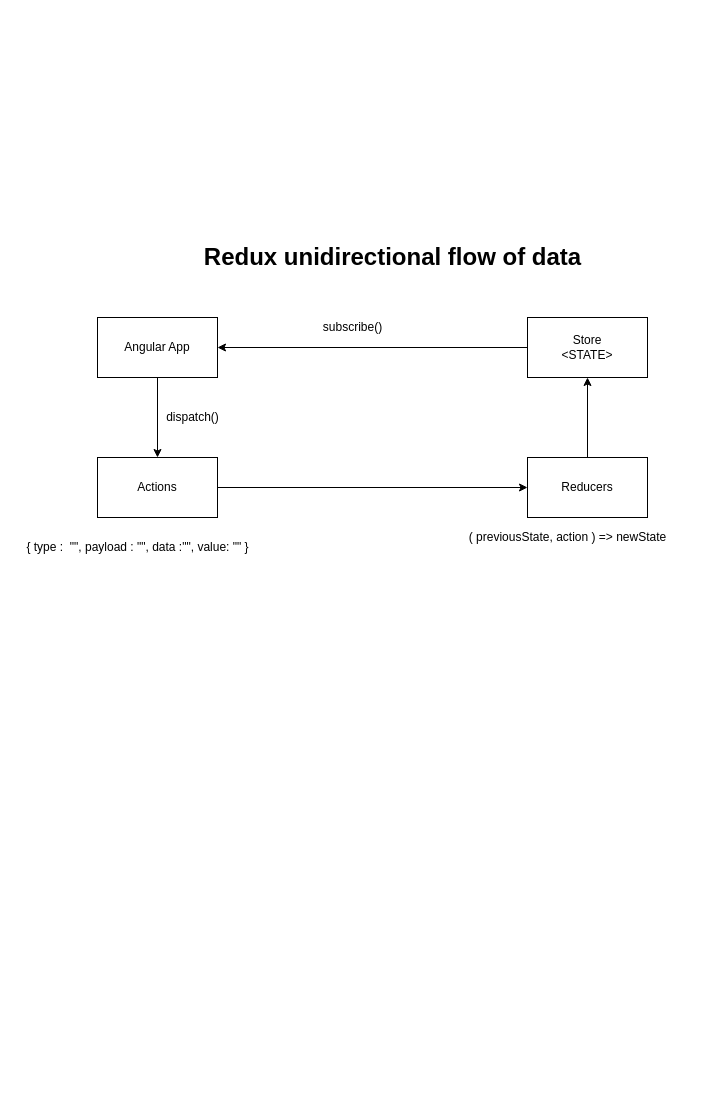
Earlier version of the draw.io diagram page "Page-16" (16 of 17) of reference/ng_diagrams.drawio (synergy2411/in-solutions-global_mar_b1). Source tidied: cells renumbered, new cells numbered last; positions are measured from the earlier drawing's top-left corner, leaving out a move shared by most shapes. Both pictures are drawn from the tidied source at 100%, with x=0, y=0 at pixel (17, 237).
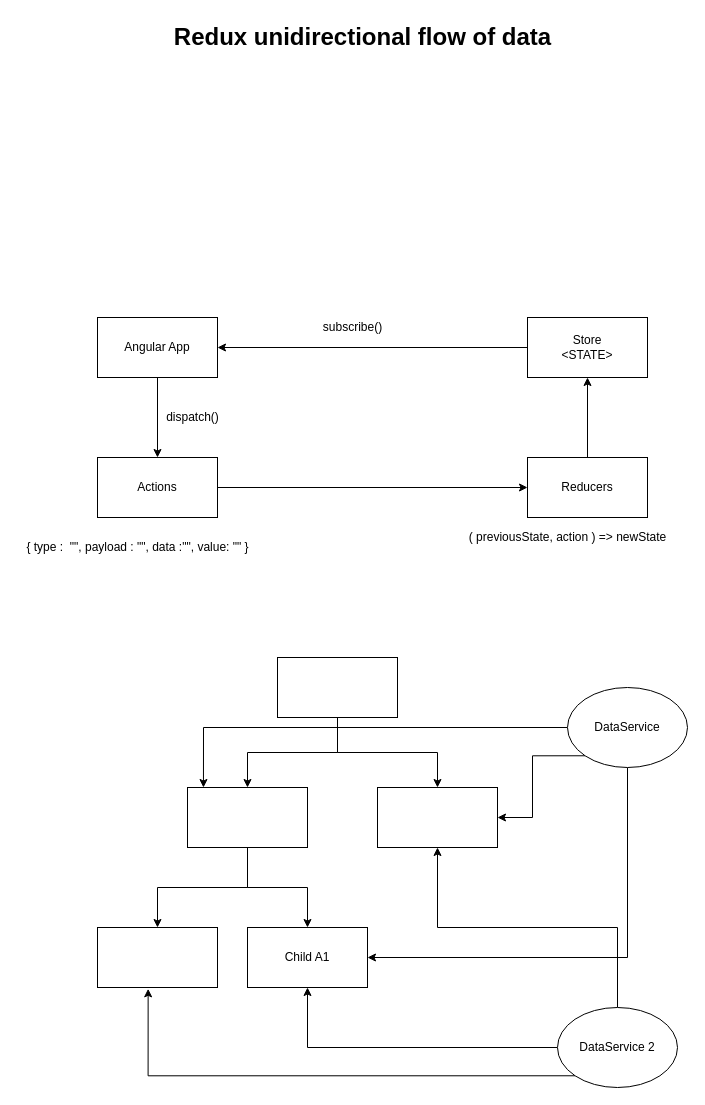
The same diagram, later.

The edit, as a diff of the source:
```diff
@@
     <mxCell id="14" value="Redux unidirectional flow of data" style="text;strokeColor=none;fillColor=none;html=1;fontSize=24;fontStyle=1;verticalAlign=middle;align=center;" parent="1" vertex="1">
-      <mxGeometry x="325" width="100" height="40" as="geometry" />
+      <mxGeometry x="295" y="-220" width="100" height="40" as="geometry" />
     </mxCell>
+    <mxCell id="15" style="edgeStyle=orthogonalEdgeStyle;rounded=0;jettySize=auto;html=1;" parent="1" edge="1" source="17" target="20">
+      <mxGeometry relative="1" as="geometry" />
+    </mxCell>
+    <mxCell id="16" style="edgeStyle=orthogonalEdgeStyle;rounded=0;jettySize=auto;html=1;exitX=0.5;exitY=1;exitDx=0;exitDy=0;entryX=0.5;entryY=0;entryDx=0;entryDy=0;" parent="1" edge="1" source="17" target="21">
+      <mxGeometry relative="1" as="geometry" />
+    </mxCell>
+    <mxCell id="17" style="rounded=0;whiteSpace=wrap;html=1;" parent="1" vertex="1">
+      <mxGeometry x="260" y="420" width="120" height="60" as="geometry" />
+    </mxCell>
+    <mxCell id="18" style="edgeStyle=orthogonalEdgeStyle;rounded=0;jettySize=auto;html=1;exitX=0.5;exitY=1;exitDx=0;exitDy=0;entryX=0.5;entryY=0;entryDx=0;entryDy=0;" parent="1" edge="1" source="20" target="22">
+      <mxGeometry relative="1" as="geometry" />
+    </mxCell>
+    <mxCell id="19" style="edgeStyle=orthogonalEdgeStyle;rounded=0;jettySize=auto;html=1;exitX=0.5;exitY=1;exitDx=0;exitDy=0;" parent="1" edge="1" source="20" target="23">
+      <mxGeometry relative="1" as="geometry" />
+    </mxCell>
+    <mxCell id="20" style="rounded=0;whiteSpace=wrap;html=1;" parent="1" vertex="1">
+      <mxGeometry x="170" y="550" width="120" height="60" as="geometry" />
+    </mxCell>
+    <mxCell id="21" style="rounded=0;whiteSpace=wrap;html=1;" parent="1" vertex="1">
+      <mxGeometry x="360" y="550" width="120" height="60" as="geometry" />
+    </mxCell>
+    <mxCell id="22" style="rounded=0;whiteSpace=wrap;html=1;" parent="1" vertex="1">
+      <mxGeometry x="80" y="690" width="120" height="60" as="geometry" />
+    </mxCell>
+    <mxCell id="23" value="Child A1" style="rounded=0;whiteSpace=wrap;html=1;" parent="1" vertex="1">
+      <mxGeometry x="230" y="690" width="120" height="60" as="geometry" />
+    </mxCell>
+    <mxCell id="24" style="edgeStyle=orthogonalEdgeStyle;rounded=0;jettySize=auto;html=1;exitX=0;exitY=1;exitDx=0;exitDy=0;entryX=1;entryY=0.5;entryDx=0;entryDy=0;" parent="1" edge="1" source="27" target="21">
+      <mxGeometry relative="1" as="geometry" />
+    </mxCell>
+    <mxCell id="25" style="edgeStyle=orthogonalEdgeStyle;rounded=0;jettySize=auto;html=1;exitX=0.5;exitY=1;exitDx=0;exitDy=0;entryX=1;entryY=0.5;entryDx=0;entryDy=0;" parent="1" edge="1" source="27" target="23">
+      <mxGeometry relative="1" as="geometry" />
+    </mxCell>
+    <mxCell id="26" style="edgeStyle=orthogonalEdgeStyle;rounded=0;jettySize=auto;html=1;exitX=0;exitY=0.5;exitDx=0;exitDy=0;entryX=0.133;entryY=0;entryDx=0;entryDy=0;entryPerimeter=0;" parent="1" edge="1" source="27" target="20">
+      <mxGeometry relative="1" as="geometry" />
+    </mxCell>
+    <mxCell id="27" value="DataService" style="ellipse;whiteSpace=wrap;html=1;" parent="1" vertex="1">
+      <mxGeometry x="550" y="450" width="120" height="80" as="geometry" />
+    </mxCell>
+    <mxCell id="28" style="edgeStyle=orthogonalEdgeStyle;rounded=0;jettySize=auto;html=1;exitX=0.5;exitY=0;exitDx=0;exitDy=0;" parent="1" edge="1" source="31" target="21">
+      <mxGeometry relative="1" as="geometry" />
+    </mxCell>
+    <mxCell id="29" style="edgeStyle=orthogonalEdgeStyle;rounded=0;jettySize=auto;html=1;exitX=0;exitY=0.5;exitDx=0;exitDy=0;" parent="1" edge="1" source="31" target="23">
+      <mxGeometry relative="1" as="geometry" />
+    </mxCell>
+    <mxCell id="30" style="edgeStyle=orthogonalEdgeStyle;rounded=0;jettySize=auto;html=1;exitX=0;exitY=1;exitDx=0;exitDy=0;entryX=0.422;entryY=1.022;entryDx=0;entryDy=0;entryPerimeter=0;" parent="1" edge="1" source="31" target="22">
+      <mxGeometry relative="1" as="geometry" />
+    </mxCell>
+    <mxCell id="31" value="DataService 2" style="ellipse;whiteSpace=wrap;html=1;" parent="1" vertex="1">
+      <mxGeometry x="540" y="770" width="120" height="80" as="geometry" />
+    </mxCell>
```
